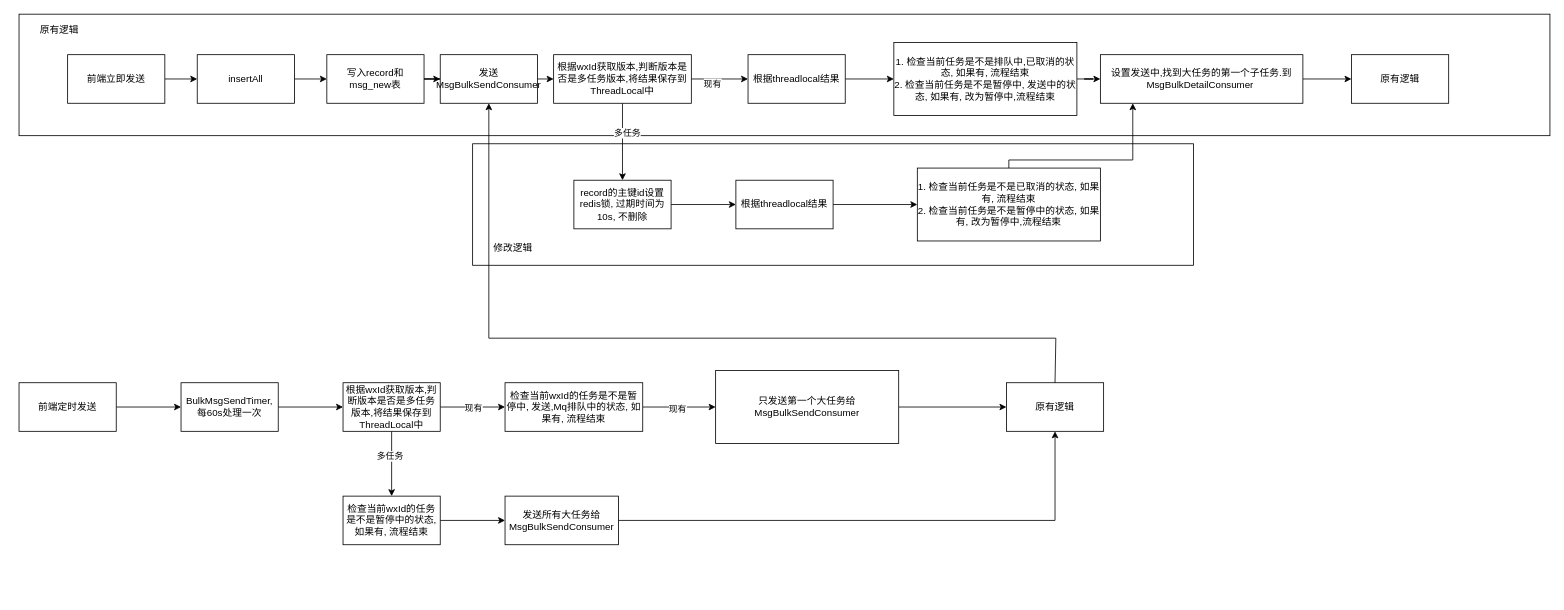
This is 多任务技术反讲.drawio from 1819011603/-, a draw.io file, before an edit. Source tidied: cells renumbered, new cells numbered last; positions are measured from the earlier drawing's top-left corner, leaving out a move shared by most shapes. Both pictures are drawn from the tidied source at 81%, with x=0, y=0 at pixel (19, 14).
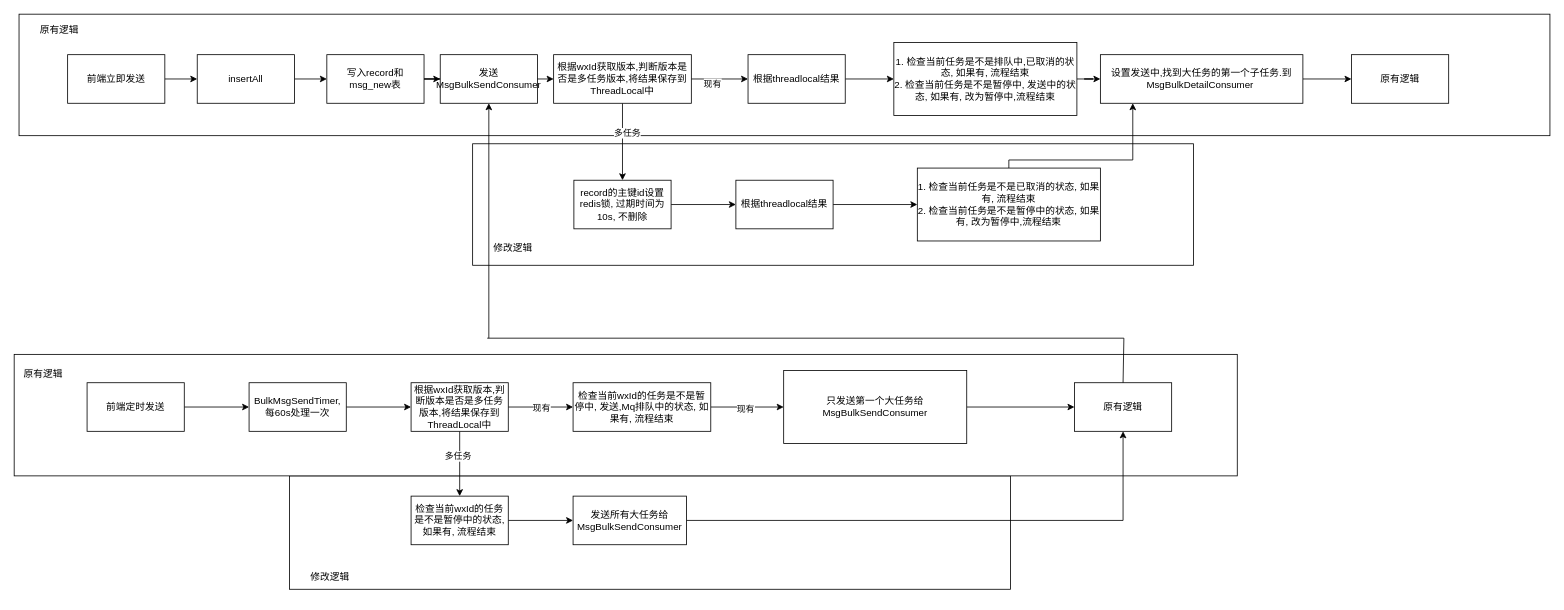
The same page after the edit.

Commit message (it also covers changes not shown here):
更新多任务技术反讲.drawio

Diff of the diagram source:
```diff
@@
+    <mxCell id="53" style="rounded=0;whiteSpace=none;html=1;" parent="1" vertex="1">
+      <mxGeometry x="334" y="570" width="890" height="140" as="geometry" />
+    </mxCell>
+    <mxCell id="54" style="rounded=0;whiteSpace=none;html=1;" parent="1" vertex="1">
+      <mxGeometry x="-6" y="420" width="1510" height="150" as="geometry" />
+    </mxCell>
@@
     <mxCell id="27" value="前端定时发送" style="rounded=0;whiteSpace=wrap;html=1;" parent="1" vertex="1">
-      <mxGeometry y="455" width="120" height="60" as="geometry" />
+      <mxGeometry x="84" y="455" width="120" height="60" as="geometry" />
     </mxCell>
@@
     <mxCell id="29" value="BulkMsgSendTimer, 每60s处理一次" style="whiteSpace=wrap;html=1;rounded=0;" parent="1" vertex="1">
-      <mxGeometry x="200" y="455" width="120" height="60" as="geometry" />
+      <mxGeometry x="284" y="455" width="120" height="60" as="geometry" />
     </mxCell>
@@
     <mxCell id="34" value="根据wxId获取版本,判断版本是否是多任务版本,将结果保存到ThreadLocal中" style="whiteSpace=wrap;html=1;rounded=0;" parent="1" vertex="1">
-      <mxGeometry x="400" y="455" width="120" height="60" as="geometry" />
+      <mxGeometry x="484" y="455" width="120" height="60" as="geometry" />
     </mxCell>
@@
     <mxCell id="37" value="检查当前wxId的任务是不是暂停中, 发送,Mq排队中的状态, 如果有, 流程结束" style="whiteSpace=wrap;html=1;rounded=0;" parent="1" vertex="1">
-      <mxGeometry x="600" y="455" width="170" height="60" as="geometry" />
+      <mxGeometry x="684" y="455" width="170" height="60" as="geometry" />
     </mxCell>
@@
     <mxCell id="39" value="只发送第一个大任务给MsgBulkSendConsumer" style="whiteSpace=wrap;html=1;rounded=0;" parent="1" vertex="1">
-      <mxGeometry x="860" y="440" width="226" height="90" as="geometry" />
+      <mxGeometry x="944" y="440" width="226" height="90" as="geometry" />
     </mxCell>
@@
     <mxCell id="47" value="检查当前wxId的任务是不是暂停中的状态, 如果有, 流程结束" style="whiteSpace=wrap;html=1;rounded=0;" parent="1" vertex="1">
-      <mxGeometry x="400" y="595" width="120" height="60" as="geometry" />
+      <mxGeometry x="484" y="595" width="120" height="60" as="geometry" />
     </mxCell>
-    <mxCell id="48" style="edgeStyle=orthogonalEdgeStyle;rounded=0;jettySize=auto;html=1;entryX=0.5;entryY=1;entryDx=0;entryDy=0;" parent="1" edge="1" source="49" target="50">
+    <mxCell id="48" style="edgeStyle=orthogonalEdgeStyle;rounded=0;jettySize=auto;html=1;entryX=0.5;entryY=1;entryDx=0;entryDy=0;exitX=1;exitY=0.5;exitDx=0;exitDy=0;" parent="1" edge="1" source="49" target="50">
       <mxGeometry relative="1" as="geometry" />
     </mxCell>
     <mxCell id="49" value="发送所有大任务给MsgBulkSendConsumer" style="whiteSpace=wrap;html=1;rounded=0;" parent="1" vertex="1">
-      <mxGeometry x="600" y="595" width="140" height="60" as="geometry" />
+      <mxGeometry x="684" y="595" width="140" height="60" as="geometry" />
     </mxCell>
     <mxCell id="50" value="原有逻辑" style="whiteSpace=wrap;html=1;rounded=0;" parent="1" vertex="1">
-      <mxGeometry x="1219" y="455" width="120" height="60" as="geometry" />
+      <mxGeometry x="1303" y="455" width="120" height="60" as="geometry" />
     </mxCell>
@@
     <mxCell id="52" style="endArrow=none;html=1;rounded=0;entryX=0.5;entryY=0;entryDx=0;entryDy=0;" parent="1" edge="1" target="50">
       <mxGeometry relative="1" as="geometry">
-        <mxPoint x="580" y="400" as="sourcePoint" />
+        <mxPoint x="578" y="400" as="sourcePoint" />
         <Array as="points">
-          <mxPoint x="1280" y="400" />
+          <mxPoint x="1364" y="400" />
         </Array>
       </mxGeometry>
     </mxCell>
+    <mxCell id="55" value="&lt;span style=&quot;color: rgb(0, 0, 0); font-family: Helvetica; font-size: 12px; font-style: normal; font-variant-ligatures: normal; font-variant-caps: normal; font-weight: 400; letter-spacing: normal; orphans: 2; text-align: center; text-indent: 0px; text-transform: none; widows: 2; word-spacing: 0px; -webkit-text-stroke-width: 0px; background-color: rgb(251, 251, 251); text-decoration-thickness: initial; text-decoration-style: initial; text-decoration-color: initial; float: none; display: inline !important;&quot;&gt;原有逻辑&lt;/span&gt;" style="text;whiteSpace=wrap;html=1;" parent="1" vertex="1">
+      <mxGeometry x="4" y="430" width="80" height="40" as="geometry" />
+    </mxCell>
+    <mxCell id="56" value="修改逻辑" style="text;html=1;strokeColor=none;fillColor=none;align=center;verticalAlign=middle;whiteSpace=wrap;rounded=0;" parent="1" vertex="1">
+      <mxGeometry x="354" y="680" width="60" height="30" as="geometry" />
+    </mxCell>
+    <mxCell id="57" style="edgeStyle=orthogonalEdgeStyle;rounded=0;orthogonalLoop=1;jettySize=auto;html=1;exitX=0.5;exitY=1;exitDx=0;exitDy=0;" parent="1" edge="1" source="53" target="53">
+      <mxGeometry relative="1" as="geometry" />
+    </mxCell>
```
